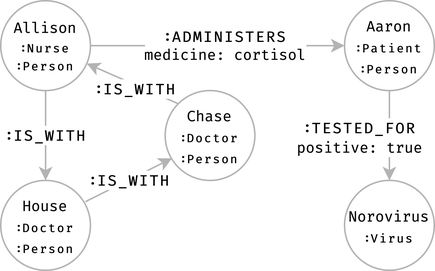
Above: examples/hospital/images/window-2.png in Emanuele-Falzone-PhD-Thesis/seraph-example (draw.io), before the change. Source tidied: cells renumbered, new cells last; positions are measured from the earlier drawing's top-left corner, leaving out a move shared by most shapes.
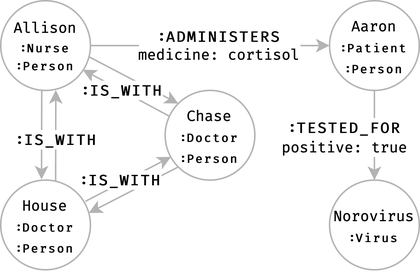
The same file after the commit.

Diff of the diagram source:
```diff
@@ -2,55 +2,66 @@
   <root>
     <mxCell id="0" />
     <mxCell id="1" parent="0" />
-    <mxCell id="2" style="edgeStyle=orthogonalEdgeStyle;rounded=0;jettySize=auto;html=1;entryX=0.5;entryY=0;entryDx=0;entryDy=0;strokeColor=#B3B3B3;" parent="1" edge="1" source="6" target="8">
-      <mxGeometry relative="1" as="geometry" />
+    <mxCell id="2" style="edgeStyle=none;rounded=0;jettySize=auto;html=1;exitX=1;exitY=0.5;exitDx=0;exitDy=0;entryX=0;entryY=0.5;entryDx=0;entryDy=0;strokeColor=#B3B3B3;fontFamily=Fira Code;fontSource=https%3A%2F%2Ffonts.googleapis.com%2Fcss%3Ffamily%3DFira%2BCode;fontSize=10;" parent="1" edge="1" target="6">
+      <mxGeometry relative="1" as="geometry">
+        <mxPoint x="-70" y="220" as="sourcePoint" />
+      </mxGeometry>
     </mxCell>
-    <mxCell id="3" value="&lt;font face=&quot;Fira Code&quot; style=&quot;font-size: 10px&quot;&gt;&lt;b&gt;:IS_WITH&lt;/b&gt;&lt;/font&gt;" style="edgeLabel;html=1;align=center;verticalAlign=middle;fontSize=10;strokeColor=#B3B3B3;" parent="2" vertex="1">
-      <mxGeometry x="0.08" relative="1" as="geometry">
-        <mxPoint y="-2.4" as="offset" />
+    <mxCell id="3" value="&lt;b&gt;:ADMINISTERS&lt;/b&gt;&lt;br&gt;medicine: cortisol" style="edgeLabel;html=1;align=center;verticalAlign=middle;fontSize=10;fontFamily=Fira Code;" parent="2" vertex="1">
+      <mxGeometry x="-0.23" relative="1" as="geometry">
+        <mxPoint x="24.3" as="offset" />
       </mxGeometry>
     </mxCell>
-    <mxCell id="4" style="edgeStyle=none;rounded=0;jettySize=auto;html=1;exitX=1;exitY=0.5;exitDx=0;exitDy=0;entryX=0;entryY=0.5;entryDx=0;entryDy=0;strokeColor=#B3B3B3;fontFamily=Fira Code;fontSource=https%3A%2F%2Ffonts.googleapis.com%2Fcss%3Ffamily%3DFira%2BCode;fontSize=10;" parent="1" edge="1" source="6" target="14">
+    <mxCell id="4" style="edgeStyle=none;rounded=0;jettySize=auto;html=1;exitX=0.5;exitY=1;exitDx=0;exitDy=0;entryX=0.5;entryY=0;entryDx=0;entryDy=0;strokeColor=#B3B3B3;" parent="1" edge="1" source="6" target="7">
       <mxGeometry relative="1" as="geometry" />
     </mxCell>
-    <mxCell id="5" value="&lt;b&gt;:ADMINISTERS&lt;/b&gt;&lt;br&gt;medicine: cortisol" style="edgeLabel;html=1;align=center;verticalAlign=middle;fontSize=10;fontFamily=Fira Code;" parent="4" vertex="1">
-      <mxGeometry x="-0.23" relative="1" as="geometry">
-        <mxPoint x="24.3" as="offset" />
+    <mxCell id="5" value="&lt;font face=&quot;Fira Code&quot; style=&quot;font-size: 10px;&quot;&gt;&lt;b style=&quot;font-size: 10px;&quot;&gt;:TESTED_FOR&lt;/b&gt;&lt;br style=&quot;font-size: 10px;&quot;&gt;positive: true&lt;br style=&quot;font-size: 10px;&quot;&gt;&lt;/font&gt;" style="edgeLabel;html=1;align=center;verticalAlign=middle;fontSize=10;strokeColor=#B3B3B3;" parent="4" vertex="1">
+      <mxGeometry x="-0.37" y="-2" relative="1" as="geometry">
+        <mxPoint x="-18" y="11.1" as="offset" />
       </mxGeometry>
     </mxCell>
-    <mxCell id="6" value="&lt;font style=&quot;font-family: &amp;#34;fira code&amp;#34;&quot;&gt;Allison&lt;/font&gt;&lt;br style=&quot;font-family: &amp;#34;fira code&amp;#34;&quot;&gt;&lt;b style=&quot;font-family: &amp;#34;fira code&amp;#34; ; font-size: 8px&quot;&gt;:Nurse&lt;br&gt;:Person&lt;/b&gt;&lt;font face=&quot;Fira Code&quot;&gt;&lt;br style=&quot;font-size: 10px&quot;&gt;&lt;/font&gt;" style="ellipse;whiteSpace=wrap;html=1;strokeWidth=1;fontSize=10;strokeColor=#B3B3B3;" parent="1" vertex="1">
-      <mxGeometry width="60" height="60" as="geometry" />
+    <mxCell id="6" value="&lt;font style=&quot;font-family: &amp;#34;fira code&amp;#34; ; font-size: 10px&quot;&gt;Aaron&lt;/font&gt;&lt;br style=&quot;font-family: &amp;#34;fira code&amp;#34; ; font-size: 10px&quot;&gt;&lt;b style=&quot;font-family: &amp;#34;fira code&amp;#34; ; font-size: 8px&quot;&gt;:Patient&lt;br&gt;:Person&lt;/b&gt;&lt;font face=&quot;Fira Code&quot;&gt;&lt;br&gt;&lt;/font&gt;" style="ellipse;whiteSpace=wrap;html=1;strokeWidth=1;strokeColor=#B3B3B3;" parent="1" vertex="1">
+      <mxGeometry x="90" y="190" width="60" height="60" as="geometry" />
     </mxCell>
-    <mxCell id="7" value="&lt;font face=&quot;Fira Code&quot; style=&quot;font-size: 10px&quot;&gt;&lt;b&gt;:IS_WITH&lt;/b&gt;&lt;/font&gt;" style="edgeStyle=none;rounded=0;jettySize=auto;html=1;exitX=0.944;exitY=0.237;exitDx=0;exitDy=0;entryX=0.076;entryY=0.754;entryDx=0;entryDy=0;entryPerimeter=0;exitPerimeter=0;strokeColor=#B3B3B3;" parent="1" edge="1" source="8" target="11">
-      <mxGeometry relative="1" as="geometry" />
+    <mxCell id="7" value="&lt;font style=&quot;font-size: 10px ; font-family: &amp;#34;fira code&amp;#34;&quot;&gt;Norovirus&lt;/font&gt;&lt;br style=&quot;font-size: 10px ; font-family: &amp;#34;fira code&amp;#34;&quot;&gt;&lt;b style=&quot;font-family: &amp;#34;fira code&amp;#34; ; font-size: 8px&quot;&gt;:Virus&lt;/b&gt;&lt;font face=&quot;Fira Code&quot;&gt;&lt;br&gt;&lt;/font&gt;" style="ellipse;whiteSpace=wrap;html=1;strokeWidth=1;strokeColor=#B3B3B3;" parent="1" vertex="1">
+      <mxGeometry x="90" y="310" width="60" height="60" as="geometry" />
     </mxCell>
-    <mxCell id="8" value="&lt;span style=&quot;font-family: &amp;#34;fira code&amp;#34; ; font-size: 10px&quot;&gt;House&lt;/span&gt;&lt;br style=&quot;font-family: &amp;#34;fira code&amp;#34; ; font-size: 10px&quot;&gt;&lt;font style=&quot;font-family: &amp;#34;fira code&amp;#34; ; font-size: 8px&quot;&gt;&lt;b&gt;:Doctor&lt;br&gt;:Person&lt;/b&gt;&lt;/font&gt;&lt;font face=&quot;Fira Code&quot;&gt;&lt;br&gt;&lt;/font&gt;" style="ellipse;whiteSpace=wrap;html=1;strokeWidth=1;strokeColor=#B3B3B3;" parent="1" vertex="1">
-      <mxGeometry y="120" width="60" height="60" as="geometry" />
+    <mxCell id="8" style="edgeStyle=none;rounded=0;jettySize=auto;html=1;exitX=0;exitY=1;exitDx=0;exitDy=0;entryX=0.981;entryY=0.367;entryDx=0;entryDy=0;strokeColor=#B3B3B3;entryPerimeter=0;" parent="1" edge="1" source="18" target="15">
+      <mxGeometry x="-0.5" y="11" relative="1" as="geometry" />
     </mxCell>
-    <mxCell id="9" style="edgeStyle=none;rounded=0;jettySize=auto;html=1;exitX=0;exitY=0;exitDx=0;exitDy=0;strokeColor=#B3B3B3;" parent="1" edge="1" source="11" target="6">
+    <mxCell id="9" style="rounded=0;jettySize=auto;html=1;exitX=0.982;exitY=0.624;exitDx=0;exitDy=0;strokeColor=#B3B3B3;exitPerimeter=0;entryX=0;entryY=0;entryDx=0;entryDy=0;" parent="1" edge="1" source="13" target="18">
       <mxGeometry relative="1" as="geometry" />
     </mxCell>
-    <mxCell id="10" value="&lt;font face=&quot;Fira Code&quot; style=&quot;font-size: 10px&quot;&gt;&lt;b&gt;:IS_WITH&lt;/b&gt;&lt;/font&gt;" style="edgeLabel;html=1;align=center;verticalAlign=middle;fontSize=10;strokeColor=#B3B3B3;" parent="9" vertex="1">
-      <mxGeometry x="-0.24" relative="1" as="geometry">
-        <mxPoint x="-5.4" as="offset" />
-      </mxGeometry>
+    <mxCell id="10" style="rounded=0;jettySize=auto;html=1;entryX=0.614;entryY=0.996;entryDx=0;entryDy=0;strokeColor=#B3B3B3;exitX=0.612;exitY=0.009;exitDx=0;exitDy=0;entryPerimeter=0;exitPerimeter=0;" parent="1" edge="1" source="15" target="13">
+      <mxGeometry relative="1" as="geometry" />
     </mxCell>
-    <mxCell id="11" value="&lt;span style=&quot;font-family: &amp;#34;fira code&amp;#34; ; font-size: 10px&quot;&gt;Chase&lt;/span&gt;&lt;br style=&quot;font-family: &amp;#34;fira code&amp;#34; ; font-size: 10px&quot;&gt;&lt;font style=&quot;font-family: &amp;#34;fira code&amp;#34; ; font-size: 8px&quot;&gt;&lt;b&gt;:Doctor&lt;br&gt;:Person&lt;/b&gt;&lt;/font&gt;&lt;font face=&quot;Fira Code&quot;&gt;&lt;br&gt;&lt;/font&gt;" style="ellipse;whiteSpace=wrap;html=1;strokeWidth=1;strokeColor=#B3B3B3;" parent="1" vertex="1">
-      <mxGeometry x="110" y="60" width="60" height="60" as="geometry" />
+    <mxCell id="11" style="rounded=0;jettySize=auto;html=1;entryX=0.455;entryY=-0.007;entryDx=0;entryDy=0;strokeColor=#B3B3B3;exitX=0.457;exitY=0.993;exitDx=0;exitDy=0;entryPerimeter=0;exitPerimeter=0;" parent="1" edge="1" source="13" target="15">
+      <mxGeometry relative="1" as="geometry" />
     </mxCell>
-    <mxCell id="12" style="edgeStyle=none;rounded=0;jettySize=auto;html=1;exitX=0.5;exitY=1;exitDx=0;exitDy=0;entryX=0.5;entryY=0;entryDx=0;entryDy=0;strokeColor=#B3B3B3;" parent="1" edge="1" source="14" target="15">
-      <mxGeometry relative="1" as="geometry" />
+    <mxCell id="12" value="&lt;font face=&quot;Fira Code&quot; style=&quot;font-size: 10px&quot;&gt;&lt;b&gt;:IS_WITH&lt;/b&gt;&lt;/font&gt;" style="edgeLabel;html=1;align=center;verticalAlign=middle;fontSize=10;strokeColor=#B3B3B3;" parent="11" vertex="1">
+      <mxGeometry x="0.08" relative="1" as="geometry">
+        <mxPoint x="9" y="0.9" as="offset" />
+      </mxGeometry>
     </mxCell>
-    <mxCell id="13" value="&lt;font face=&quot;Fira Code&quot; style=&quot;font-size: 10px;&quot;&gt;&lt;b style=&quot;font-size: 10px;&quot;&gt;:TESTED_FOR&lt;/b&gt;&lt;br style=&quot;font-size: 10px;&quot;&gt;positive: true&lt;br style=&quot;font-size: 10px;&quot;&gt;&lt;/font&gt;" style="edgeLabel;html=1;align=center;verticalAlign=middle;points=[];fontSize=10;strokeColor=#B3B3B3;" parent="12" vertex="1">
-      <mxGeometry x="-0.37" y="-2" relative="1" as="geometry">
-        <mxPoint x="-18" y="11.1" as="offset" />
-      </mxGeometry>
+    <mxCell id="13" value="&lt;font style=&quot;font-family: &amp;#34;fira code&amp;#34;&quot;&gt;Allison&lt;/font&gt;&lt;br style=&quot;font-family: &amp;#34;fira code&amp;#34;&quot;&gt;&lt;b style=&quot;font-family: &amp;#34;fira code&amp;#34; ; font-size: 8px&quot;&gt;:Nurse&lt;br&gt;:Person&lt;/b&gt;&lt;font face=&quot;Fira Code&quot;&gt;&lt;br style=&quot;font-size: 10px&quot;&gt;&lt;/font&gt;" style="ellipse;whiteSpace=wrap;html=1;strokeWidth=1;fontSize=10;strokeColor=#B3B3B3;" parent="1" vertex="1">
+      <mxGeometry x="-130" y="190" width="60" height="60" as="geometry" />
     </mxCell>
-    <mxCell id="14" value="&lt;font style=&quot;font-family: &amp;#34;fira code&amp;#34; ; font-size: 10px&quot;&gt;Aaron&lt;/font&gt;&lt;br style=&quot;font-family: &amp;#34;fira code&amp;#34; ; font-size: 10px&quot;&gt;&lt;b style=&quot;font-family: &amp;#34;fira code&amp;#34; ; font-size: 8px&quot;&gt;:Patient&lt;br&gt;:Person&lt;/b&gt;&lt;font face=&quot;Fira Code&quot;&gt;&lt;br&gt;&lt;/font&gt;" style="ellipse;whiteSpace=wrap;html=1;strokeWidth=1;strokeColor=#B3B3B3;" parent="1" vertex="1">
-      <mxGeometry x="230" width="60" height="60" as="geometry" />
+    <mxCell id="14" value="&lt;font face=&quot;Fira Code&quot; style=&quot;font-size: 10px&quot;&gt;&lt;b&gt;:IS_WITH&lt;/b&gt;&lt;/font&gt;" style="edgeStyle=none;rounded=0;jettySize=auto;html=1;exitX=0.944;exitY=0.237;exitDx=0;exitDy=0;entryX=0.065;entryY=0.741;entryDx=0;entryDy=0;entryPerimeter=0;exitPerimeter=0;strokeColor=#B3B3B3;" parent="1" edge="1" source="15" target="18">
+      <mxGeometry x="-0.15" y="2" relative="1" as="geometry" />
     </mxCell>
-    <mxCell id="15" value="&lt;font style=&quot;font-size: 10px ; font-family: &amp;#34;fira code&amp;#34;&quot;&gt;Norovirus&lt;/font&gt;&lt;br style=&quot;font-size: 10px ; font-family: &amp;#34;fira code&amp;#34;&quot;&gt;&lt;b style=&quot;font-family: &amp;#34;fira code&amp;#34; ; font-size: 8px&quot;&gt;:Virus&lt;/b&gt;&lt;font face=&quot;Fira Code&quot;&gt;&lt;br&gt;&lt;/font&gt;" style="ellipse;whiteSpace=wrap;html=1;strokeWidth=1;strokeColor=#B3B3B3;" parent="1" vertex="1">
-      <mxGeometry x="230" y="120" width="60" height="60" as="geometry" />
+    <mxCell id="15" value="&lt;span style=&quot;font-family: &amp;#34;fira code&amp;#34; ; font-size: 10px&quot;&gt;House&lt;/span&gt;&lt;br style=&quot;font-family: &amp;#34;fira code&amp;#34; ; font-size: 10px&quot;&gt;&lt;font style=&quot;font-family: &amp;#34;fira code&amp;#34; ; font-size: 8px&quot;&gt;&lt;b&gt;:Doctor&lt;br&gt;:Person&lt;/b&gt;&lt;/font&gt;&lt;font face=&quot;Fira Code&quot;&gt;&lt;br&gt;&lt;/font&gt;" style="ellipse;whiteSpace=wrap;html=1;strokeWidth=1;strokeColor=#B3B3B3;" parent="1" vertex="1">
+      <mxGeometry x="-130" y="310" width="60" height="60" as="geometry" />
     </mxCell>
+    <mxCell id="16" style="rounded=0;jettySize=auto;html=1;exitX=0.049;exitY=0.289;exitDx=0;exitDy=0;strokeColor=#B3B3B3;exitPerimeter=0;entryX=0.915;entryY=0.769;entryDx=0;entryDy=0;entryPerimeter=0;" parent="1" edge="1" source="18" target="13">
+      <mxGeometry relative="1" as="geometry" />
+    </mxCell>
+    <mxCell id="17" value="&lt;font face=&quot;Fira Code&quot; style=&quot;font-size: 10px&quot;&gt;&lt;b&gt;:IS_WITH&lt;/b&gt;&lt;/font&gt;" style="edgeLabel;html=1;align=center;verticalAlign=middle;fontSize=10;strokeColor=#B3B3B3;" parent="16" vertex="1">
+      <mxGeometry x="-0.24" relative="1" as="geometry">
+        <mxPoint x="-10.9" y="-5.5" as="offset" />
+      </mxGeometry>
+    </mxCell>
+    <mxCell id="18" value="&lt;span style=&quot;font-family: &amp;#34;fira code&amp;#34; ; font-size: 10px&quot;&gt;Chase&lt;/span&gt;&lt;br style=&quot;font-family: &amp;#34;fira code&amp;#34; ; font-size: 10px&quot;&gt;&lt;font style=&quot;font-family: &amp;#34;fira code&amp;#34; ; font-size: 8px&quot;&gt;&lt;b&gt;:Doctor&lt;br&gt;:Person&lt;/b&gt;&lt;/font&gt;&lt;font face=&quot;Fira Code&quot;&gt;&lt;br&gt;&lt;/font&gt;" style="ellipse;whiteSpace=wrap;html=1;strokeWidth=1;strokeColor=#B3B3B3;" parent="1" vertex="1">
+      <mxGeometry x="-20" y="250" width="60" height="60" as="geometry" />
+    </mxCell>
   </root>
 </mxGraphModel>
```
